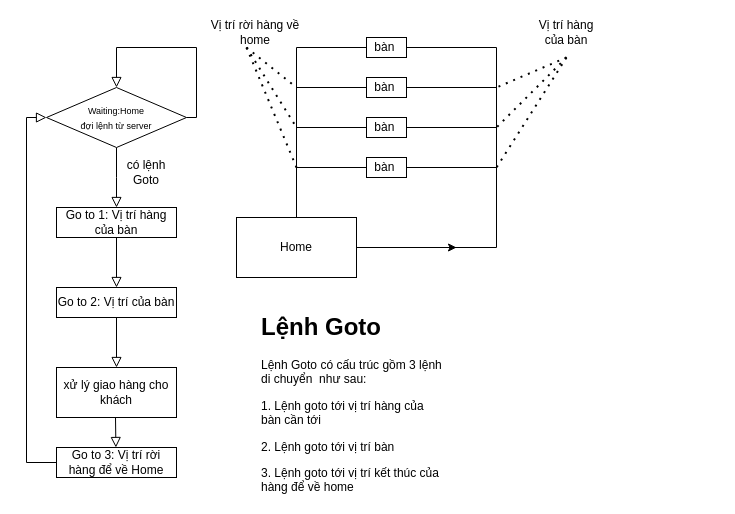
The draw.io diagram Biểu đồ không có tiêu đề.drawio in thangdomanh/myRobot_one, before the edit. Source tidied: cells renumbered, new cells numbered last; positions are measured from the earlier drawing's top-left corner, leaving out a move shared by most shapes. Both pictures are drawn from the tidied source at 100%, with x=0, y=0 at pixel (46, 17).
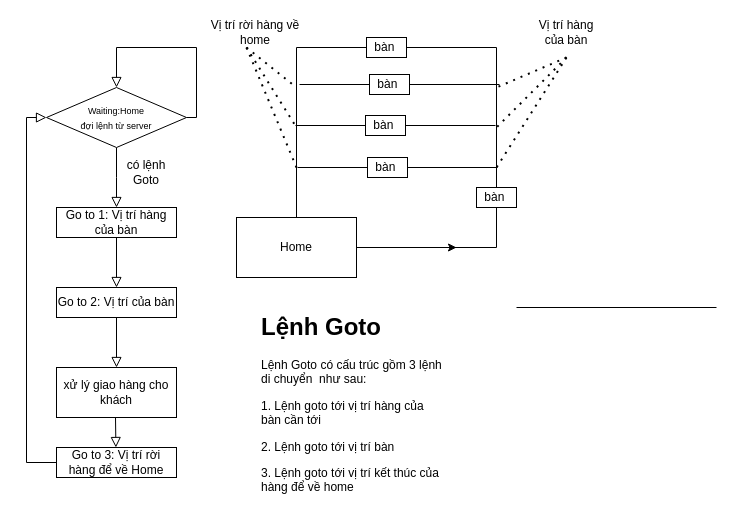
After the change.

Commit message:
Cập nhật Biểu đồ không có tiêu đề.drawio

Change to the diagram source:
```diff
@@
     <mxCell id="19" style="endArrow=none;html=1;rounded=0;" parent="1" edge="1">
       <mxGeometry relative="1" as="geometry">
-        <mxPoint x="250" y="70" as="sourcePoint" />
-        <mxPoint x="450" y="70" as="targetPoint" />
+        <mxPoint x="470" y="290" as="sourcePoint" />
+        <mxPoint x="670" y="290" as="targetPoint" />
       </mxGeometry>
     </mxCell>
     <mxCell id="20" style="endArrow=none;html=1;rounded=0;" parent="1" edge="1" source="27">
       <mxGeometry relative="1" as="geometry">
-        <mxPoint x="450" y="110" as="targetPoint" />
+        <mxPoint x="453" y="67" as="targetPoint" />
       </mxGeometry>
     </mxCell>
     <mxCell id="21" style="endArrow=none;html=1;rounded=0;" parent="1" edge="1">
       <mxGeometry relative="1" as="geometry">
-        <mxPoint x="250" y="150" as="sourcePoint" />
-        <mxPoint x="450" y="150" as="targetPoint" />
+        <mxPoint x="251" y="150" as="sourcePoint" />
+        <mxPoint x="451" y="150" as="targetPoint" />
       </mxGeometry>
     </mxCell>
@@
     <mxCell id="26" style="endArrow=none;html=1;rounded=0;" parent="1" edge="1" target="27">
       <mxGeometry relative="1" as="geometry">
-        <mxPoint x="250" y="110" as="sourcePoint" />
+        <mxPoint x="253" y="67" as="sourcePoint" />
       </mxGeometry>
     </mxCell>
     <mxCell id="27" value="bàn&amp;nbsp;" style="rounded=0;whiteSpace=wrap;html=1;" parent="1" vertex="1">
-      <mxGeometry x="320" y="100" width="40" height="20" as="geometry" />
+      <mxGeometry x="323" y="57" width="40" height="20" as="geometry" />
     </mxCell>
     <mxCell id="28" value="bàn&amp;nbsp;" style="rounded=0;whiteSpace=wrap;html=1;" parent="1" vertex="1">
-      <mxGeometry x="320" y="140" width="40" height="20" as="geometry" />
+      <mxGeometry x="321" y="140" width="40" height="20" as="geometry" />
     </mxCell>
     <mxCell id="29" value="bàn&amp;nbsp;" style="rounded=0;whiteSpace=wrap;html=1;" parent="1" vertex="1">
-      <mxGeometry x="320" y="60" width="40" height="20" as="geometry" />
+      <mxGeometry x="430" y="170" width="40" height="20" as="geometry" />
     </mxCell>
@@
+    <mxCell id="38" style="endArrow=none;html=1;rounded=0;" parent="1" edge="1" source="40">
+      <mxGeometry relative="1" as="geometry">
+        <mxPoint x="449" y="108" as="targetPoint" />
+      </mxGeometry>
+    </mxCell>
+    <mxCell id="39" style="endArrow=none;html=1;rounded=0;" parent="1" edge="1" target="40">
+      <mxGeometry relative="1" as="geometry">
+        <mxPoint x="249" y="108" as="sourcePoint" />
+      </mxGeometry>
+    </mxCell>
+    <mxCell id="40" value="bàn&amp;nbsp;" style="rounded=0;whiteSpace=wrap;html=1;" parent="1" vertex="1">
+      <mxGeometry x="319" y="98" width="40" height="20" as="geometry" />
+    </mxCell>
```
